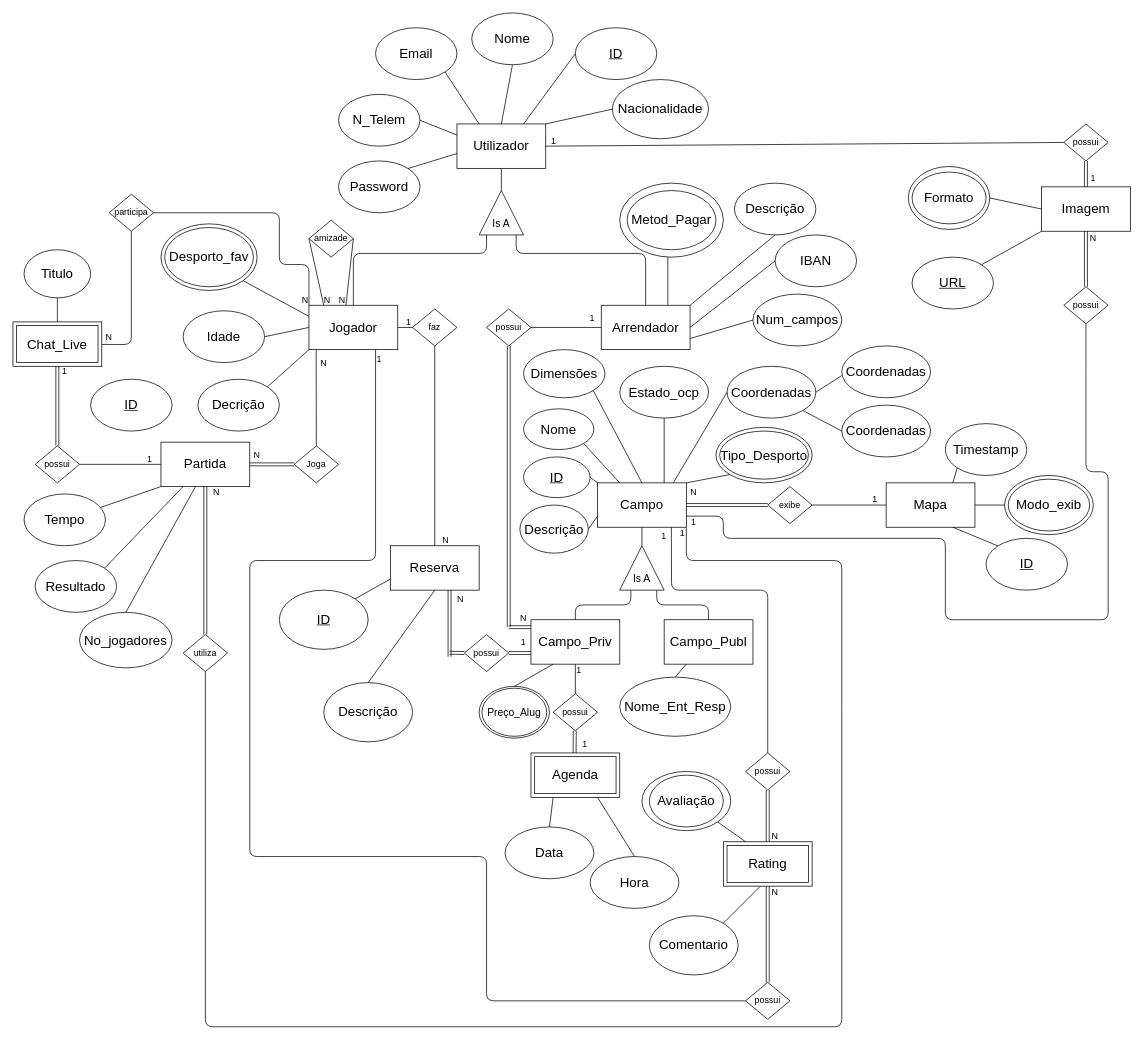
This is DER_SL.drawio from Paul-Y5/Projeto_SPORTSLINK-BD, a draw.io file, before an edit. Source tidied: cells renumbered, new cells numbered last; positions are measured from the earlier drawing's top-left corner, leaving out a move shared by most shapes. Both pictures are drawn from the tidied source at 74%, with x=0, y=0 at pixel (13, 13).
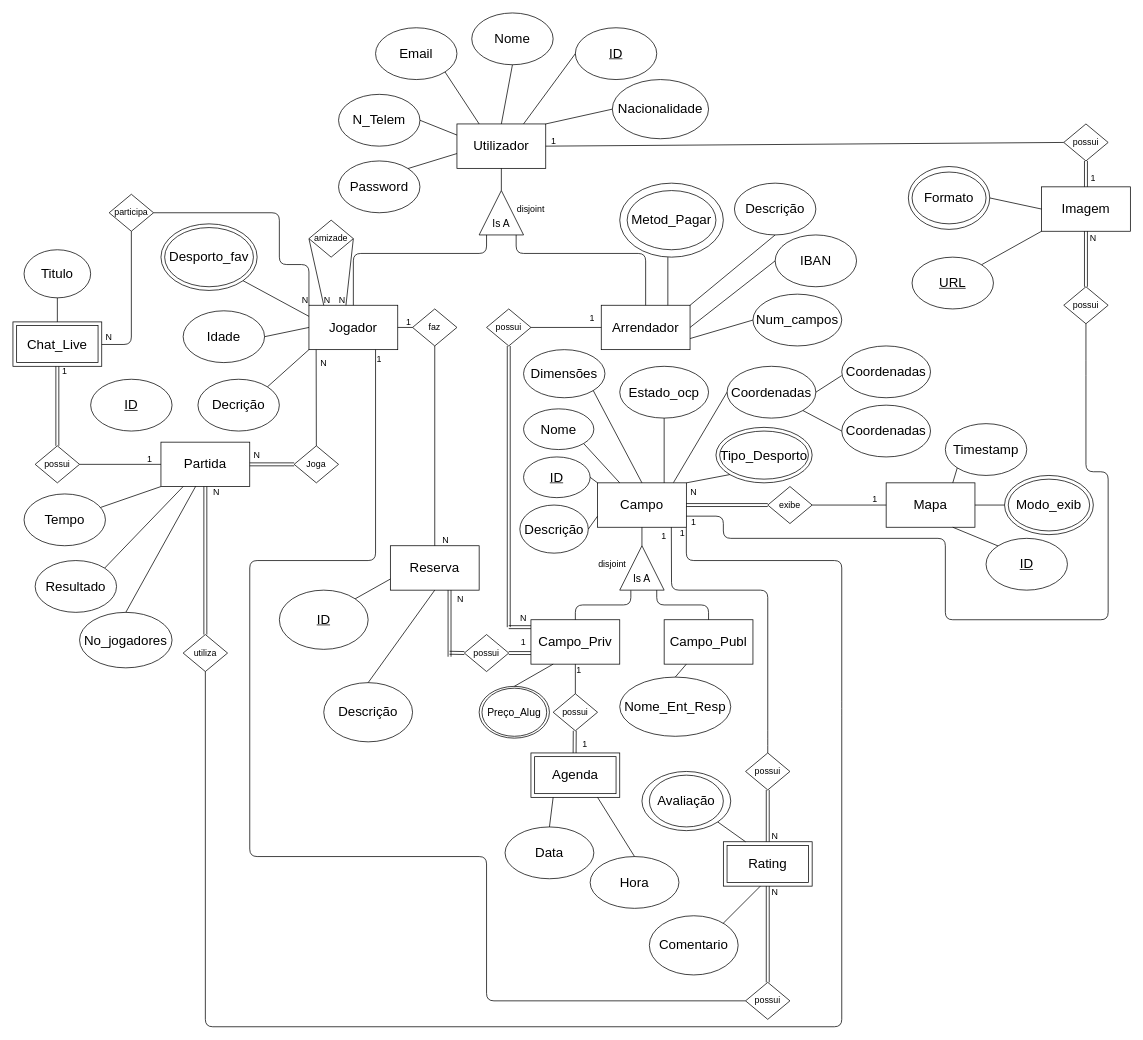
After the change.

Commit message (it also covers changes not shown here):
pequenas mudanças

What changed in the source:
```diff
@@
+    <mxCell id="186" value="disjoint" style="text;strokeColor=none;align=center;fillColor=none;html=1;verticalAlign=middle;whiteSpace=wrap;rounded=0;" parent="1" vertex="1">
+      <mxGeometry x="780" y="730" width="60" height="30" as="geometry" />
+    </mxCell>
+    <mxCell id="187" value="disjoint" style="text;strokeColor=none;align=center;fillColor=none;html=1;verticalAlign=middle;whiteSpace=wrap;rounded=0;" parent="1" vertex="1">
+      <mxGeometry x="670" y="250" width="60" height="30" as="geometry" />
+    </mxCell>
```
